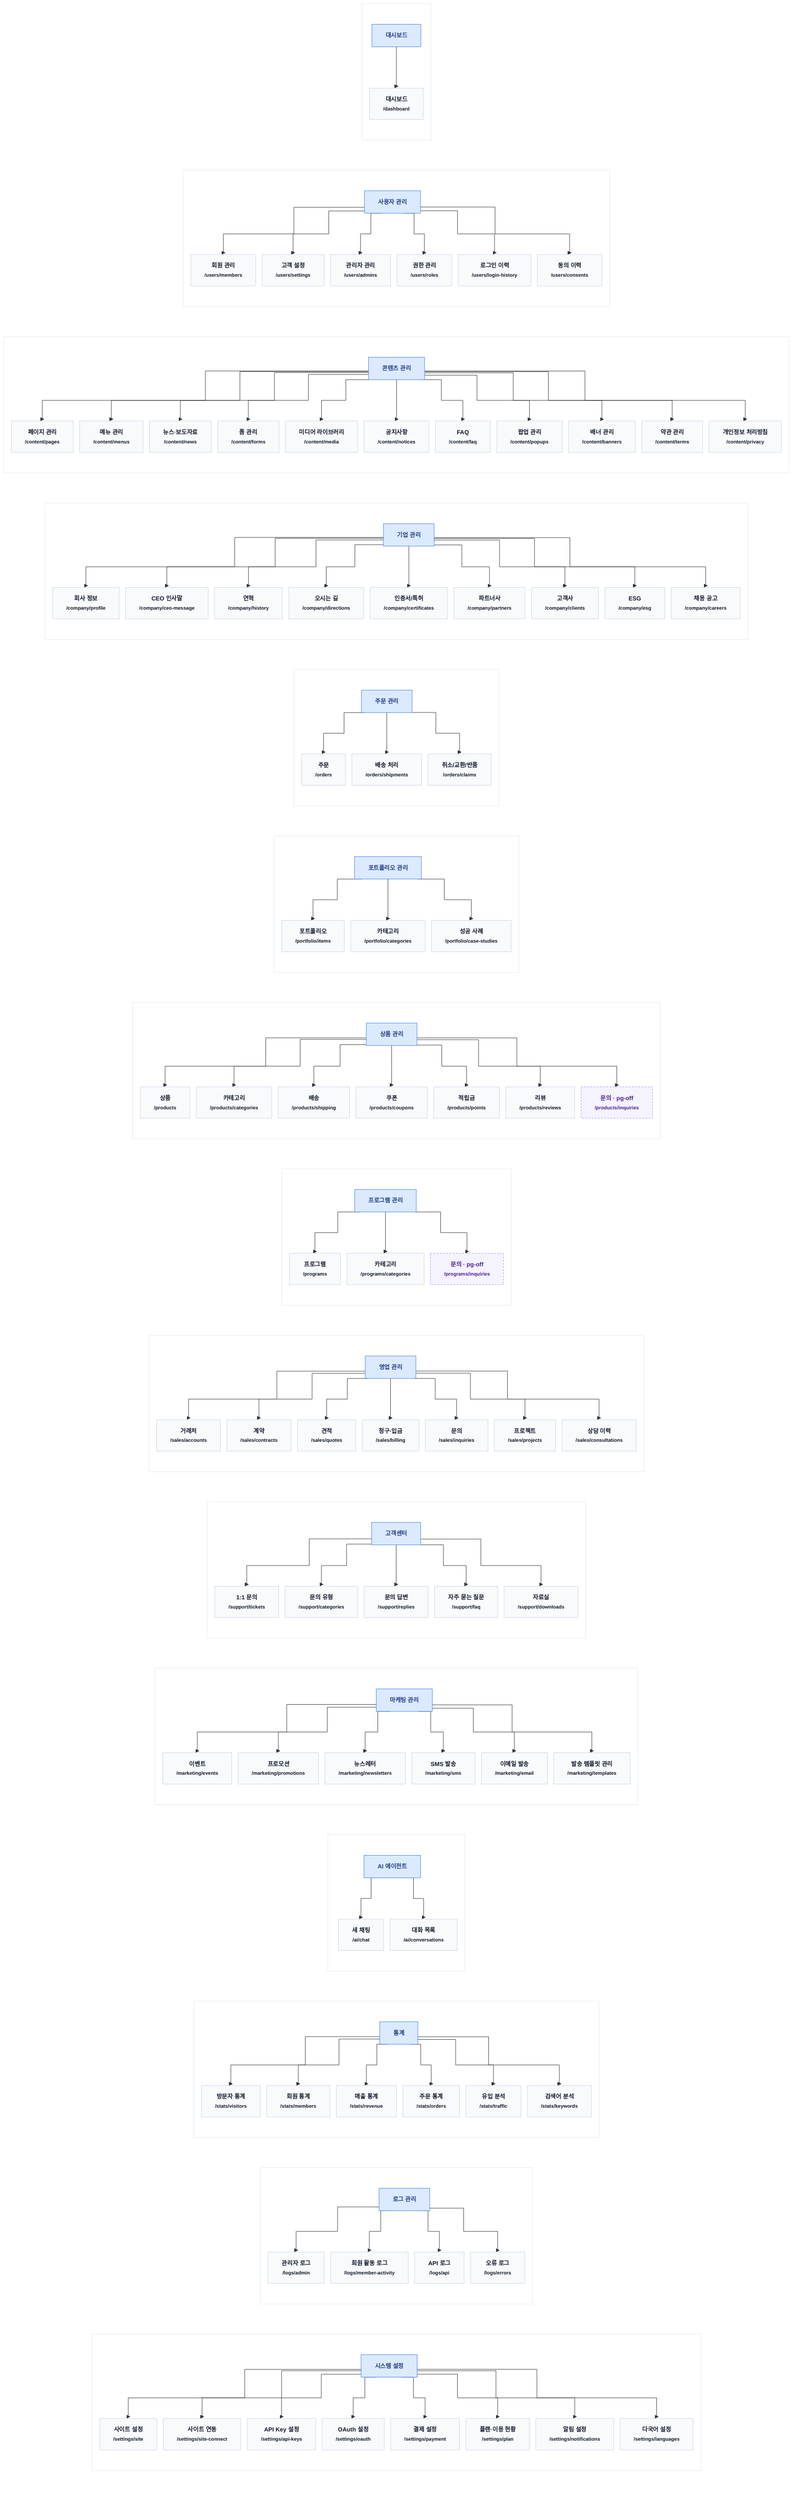
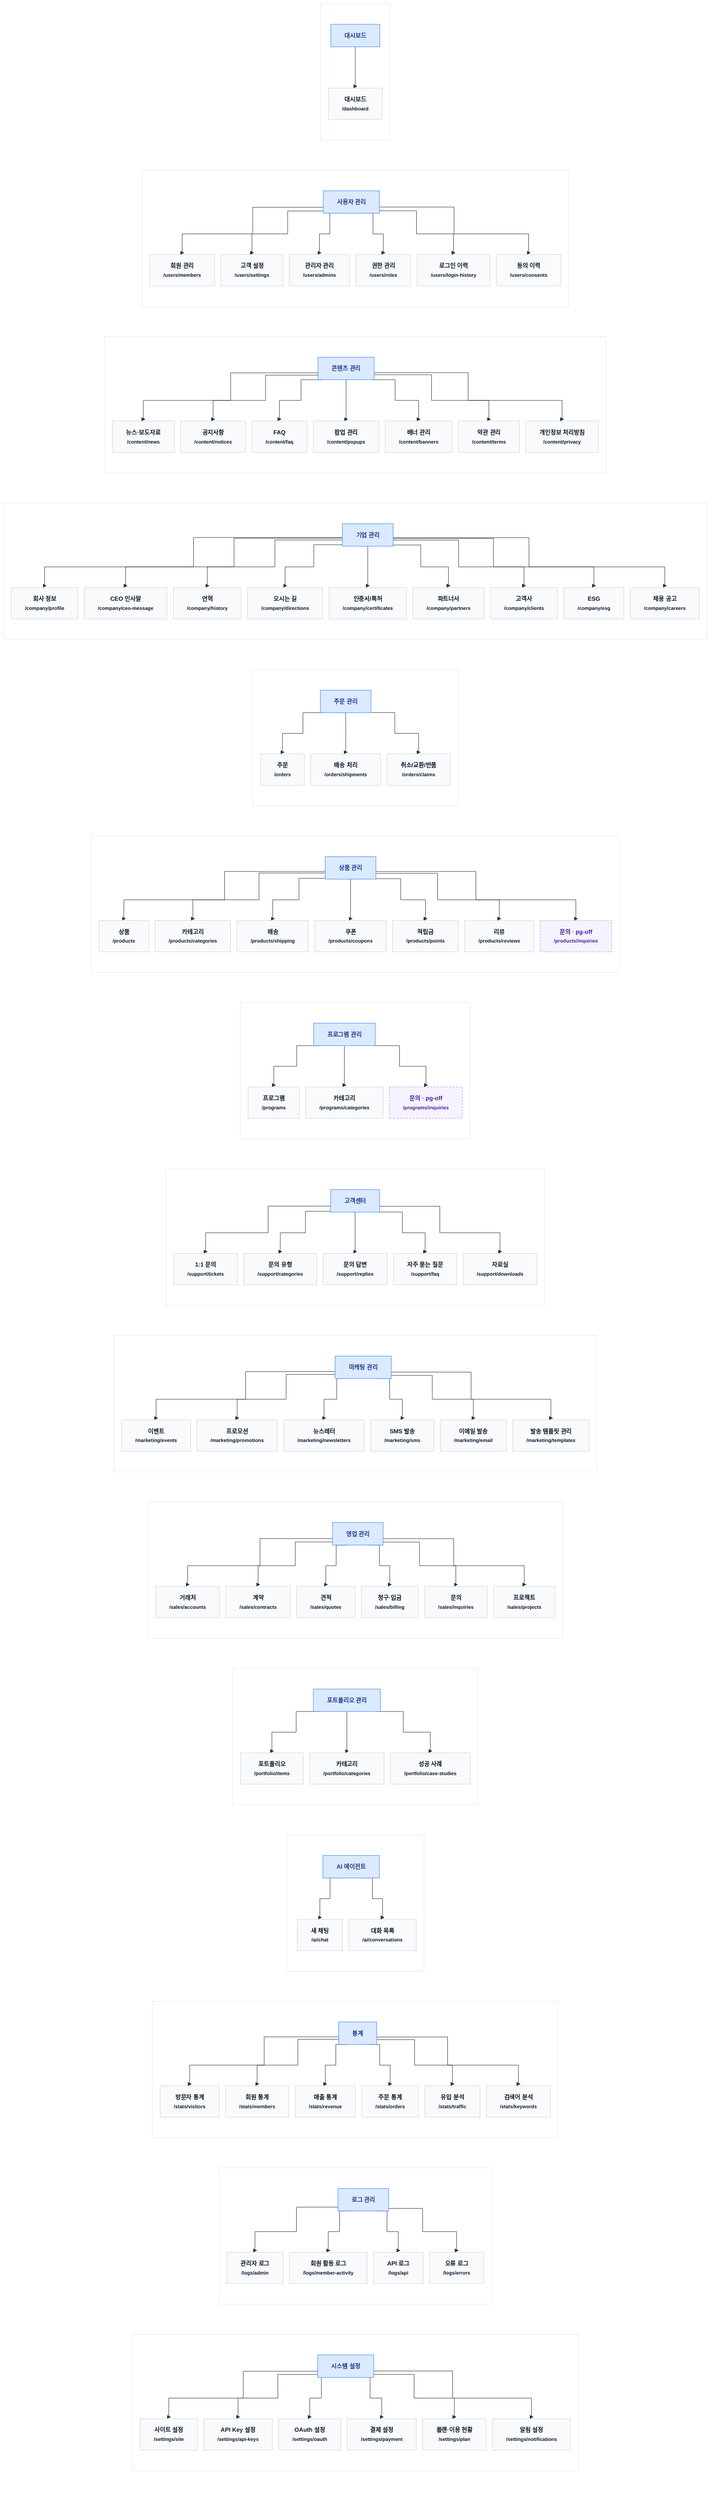
%% IA 트리 · 메뉴별 피라미드 (메뉴 15 × 그 잎들 · 그룹 5 는 09a 가 그린다)
+ %% Gn 은 고정 id 다 — 비즈니스 묶음(G4~G10)은 사용 빈도순으로 재정렬됐고(2026-07-22),
+ %% 세로 순서는 파일 아래 `Gx ~~~ Gy` 사슬이 정한다.
%%{init: {"flowchart": {"curve": "step", "nodeSpacing": 14, "rankSpacing": 66, "wrappingWidth": 150, "htmlLabels": true}, "themeVariables": {"fontSize": "13px"}} }%%
flowchart TD

    subgraph G0[" "]
    direction TB
        S0["<b>대시보드</b>"]
        S0 --> S0_0["대시보드<br/><small>/dashboard</small>"]
    end

    subgraph G1[" "]
    direction TB
        S1["<b>사용자 관리</b>"]
        S1 --> S1_0["회원 관리<br/><small>/users/members</small>"]
        S1 --> S1_1["고객 설정<br/><small>/users/settings</small>"]
        S1 --> S1_2["관리자 관리<br/><small>/users/admins</small>"]
        S1 --> S1_3["권한 관리<br/><small>/users/roles</small>"]
        S1 --> S1_4["로그인 이력<br/><small>/users/login-history</small>"]
        S1 --> S1_5["동의 이력<br/><small>/users/consents</small>"]
    end

    subgraph G2[" "]
    direction TB
        S2["<b>콘텐츠 관리</b>"]
-         S2 --> S2_0["페이지 관리<br/><small>/content/pages</small>"]
-         S2 --> S2_1["메뉴 관리<br/><small>/content/menus</small>"]
-         S2 --> S2_2["뉴스·보도자료<br/><small>/content/news</small>"]
-         S2 --> S2_3["폼 관리<br/><small>/content/forms</small>"]
-         S2 --> S2_4["미디어 라이브러리<br/><small>/content/media</small>"]
-         S2 --> S2_5["공지사항<br/><small>/content/notices</small>"]
-         S2 --> S2_6["FAQ<br/><small>/content/faq</small>"]
-         S2 --> S2_7["팝업 관리<br/><small>/content/popups</small>"]
-         S2 --> S2_8["배너 관리<br/><small>/content/banners</small>"]
-         S2 --> S2_9["약관 관리<br/><small>/content/terms</small>"]
-         S2 --> S2_10["개인정보 처리방침<br/><small>/content/privacy</small>"]
+         S2 --> S2_0["뉴스·보도자료<br/><small>/content/news</small>"]
+         S2 --> S2_1["공지사항<br/><small>/content/notices</small>"]
+         S2 --> S2_2["FAQ<br/><small>/content/faq</small>"]
+         S2 --> S2_3["팝업 관리<br/><small>/content/popups</small>"]
+         S2 --> S2_4["배너 관리<br/><small>/content/banners</small>"]
+         S2 --> S2_5["약관 관리<br/><small>/content/terms</small>"]
+         S2 --> S2_6["개인정보 처리방침<br/><small>/content/privacy</small>"]
    end

    subgraph G3[" "]
    direction TB
        S3["<b>기업 관리</b>"]
        S3 --> S3_0["회사 정보<br/><small>/company/profile</small>"]
        S3 --> S3_1["CEO 인사말<br/><small>/company/ceo-message</small>"]
        S3 --> S3_2["연혁<br/><small>/company/history</small>"]
        S3 --> S3_3["오시는 길<br/><small>/company/directions</small>"]
        S3 --> S3_4["인증서/특허<br/><small>/company/certificates</small>"]
        S3 --> S3_5["파트너사<br/><small>/company/partners</small>"]
        S3 --> S3_6["고객사<br/><small>/company/clients</small>"]
        S3 --> S3_7["ESG<br/><small>/company/esg</small>"]
        S3 --> S3_8["채용 공고<br/><small>/company/careers</small>"]
    end

    subgraph G4[" "]
    direction TB
        S4["<b>주문 관리</b>"]
        S4 --> S4_0["주문<br/><small>/orders</small>"]
        S4 --> S4_1["배송 처리<br/><small>/orders/shipments</small>"]
        S4 --> S4_2["취소/교환/반품<br/><small>/orders/claims</small>"]
    end

-     subgraph G5[" "]
-     direction TB
-         S5["<b>포트폴리오 관리</b>"]
-         S5 --> S5_0["포트폴리오<br/><small>/portfolio/items</small>"]
-         S5 --> S5_1["카테고리<br/><small>/portfolio/categories</small>"]
-         S5 --> S5_2["성공 사례<br/><small>/portfolio/case-studies</small>"]
-     end
- 
    subgraph G6[" "]
    direction TB
        S6["<b>상품 관리</b>"]
        S6 --> S6_0["상품<br/><small>/products</small>"]
        S6 --> S6_1["카테고리<br/><small>/products/categories</small>"]
        S6 --> S6_2["배송<br/><small>/products/shipping</small>"]
        S6 --> S6_3["쿠폰<br/><small>/products/coupons</small>"]
        S6 --> S6_4["적립금<br/><small>/products/points</small>"]
        S6 --> S6_5["리뷰<br/><small>/products/reviews</small>"]
        S6 --> S6_6["문의 · pg-off<br/><small>/products/inquiries</small>"]
    end

    subgraph G7[" "]
    direction TB
        S7["<b>프로그램 관리</b>"]
        S7 --> S7_0["프로그램<br/><small>/programs</small>"]
        S7 --> S7_1["카테고리<br/><small>/programs/categories</small>"]
        S7 --> S7_2["문의 · pg-off<br/><small>/programs/inquiries</small>"]
-     end
- 
-     subgraph G8[" "]
-     direction TB
-         S8["<b>영업 관리</b>"]
-         S8 --> S8_0["거래처<br/><small>/sales/accounts</small>"]
-         S8 --> S8_1["계약<br/><small>/sales/contracts</small>"]
-         S8 --> S8_2["견적<br/><small>/sales/quotes</small>"]
-         S8 --> S8_3["청구·입금<br/><small>/sales/billing</small>"]
-         S8 --> S8_4["문의<br/><small>/sales/inquiries</small>"]
-         S8 --> S8_5["프로젝트<br/><small>/sales/projects</small>"]
-         S8 --> S8_6["상담 이력<br/><small>/sales/consultations</small>"]
    end

    subgraph G9[" "]
    direction TB
        S9["<b>고객센터</b>"]
        S9 --> S9_0["1:1 문의<br/><small>/support/tickets</small>"]
        S9 --> S9_1["문의 유형<br/><small>/support/categories</small>"]
        S9 --> S9_2["문의 답변<br/><small>/support/replies</small>"]
        S9 --> S9_3["자주 묻는 질문<br/><small>/support/faq</small>"]
        S9 --> S9_4["자료실<br/><small>/support/downloads</small>"]
    end

    subgraph G10[" "]
    direction TB
        S10["<b>마케팅 관리</b>"]
        S10 --> S10_0["이벤트<br/><small>/marketing/events</small>"]
        S10 --> S10_1["프로모션<br/><small>/marketing/promotions</small>"]
        S10 --> S10_2["뉴스레터<br/><small>/marketing/newsletters</small>"]
        S10 --> S10_3["SMS 발송<br/><small>/marketing/sms</small>"]
        S10 --> S10_4["이메일 발송<br/><small>/marketing/email</small>"]
        S10 --> S10_5["발송 템플릿 관리<br/><small>/marketing/templates</small>"]
+     end
+ 
+     subgraph G8[" "]
+     direction TB
+         S8["<b>영업 관리</b>"]
+         S8 --> S8_0["거래처<br/><small>/sales/accounts</small>"]
+         S8 --> S8_1["계약<br/><small>/sales/contracts</small>"]
+         S8 --> S8_2["견적<br/><small>/sales/quotes</small>"]
+         S8 --> S8_3["청구·입금<br/><small>/sales/billing</small>"]
+         S8 --> S8_4["문의<br/><small>/sales/inquiries</small>"]
+         S8 --> S8_5["프로젝트<br/><small>/sales/projects</small>"]
+     end
+ 
+     subgraph G5[" "]
+     direction TB
+         S5["<b>포트폴리오 관리</b>"]
+         S5 --> S5_0["포트폴리오<br/><small>/portfolio/items</small>"]
+         S5 --> S5_1["카테고리<br/><small>/portfolio/categories</small>"]
+         S5 --> S5_2["성공 사례<br/><small>/portfolio/case-studies</small>"]
    end

    subgraph G11[" "]
    direction TB
        S11["<b>AI 에이전트</b>"]
        S11 --> S11_0["새 채팅<br/><small>/ai/chat</small>"]
        S11 --> S11_1["대화 목록<br/><small>/ai/conversations</small>"]
    end

    subgraph G12[" "]
    direction TB
        S12["<b>통계</b>"]
        S12 --> S12_0["방문자 통계<br/><small>/stats/visitors</small>"]
        S12 --> S12_1["회원 통계<br/><small>/stats/members</small>"]
        S12 --> S12_2["매출 통계<br/><small>/stats/revenue</small>"]
        S12 --> S12_3["주문 통계<br/><small>/stats/orders</small>"]
        S12 --> S12_4["유입 분석<br/><small>/stats/traffic</small>"]
        S12 --> S12_5["검색어 분석<br/><small>/stats/keywords</small>"]
    end

    subgraph G13[" "]
    direction TB
        S13["<b>로그 관리</b>"]
        S13 --> S13_0["관리자 로그<br/><small>/logs/admin</small>"]
        S13 --> S13_1["회원 활동 로그<br/><small>/logs/member-activity</small>"]
        S13 --> S13_2["API 로그<br/><small>/logs/api</small>"]
        S13 --> S13_3["오류 로그<br/><small>/logs/errors</small>"]
    end

    subgraph G14[" "]
    direction TB
        S14["<b>시스템 설정</b>"]
        S14 --> S14_0["사이트 설정<br/><small>/settings/site</small>"]
-         S14 --> S14_1["사이트 연동<br/><small>/settings/site-connect</small>"]
-         S14 --> S14_2["API Key 설정<br/><small>/settings/api-keys</small>"]
-         S14 --> S14_3["OAuth 설정<br/><small>/settings/oauth</small>"]
-         S14 --> S14_4["결제 설정<br/><small>/settings/payment</small>"]
-         S14 --> S14_5["플랜·이용 현황<br/><small>/settings/plan</small>"]
-         S14 --> S14_6["알림 설정<br/><small>/settings/notifications</small>"]
-         S14 --> S14_7["다국어 설정<br/><small>/settings/languages</small>"]
+         S14 --> S14_1["API Key 설정<br/><small>/settings/api-keys</small>"]
+         S14 --> S14_2["OAuth 설정<br/><small>/settings/oauth</small>"]
+         S14 --> S14_3["결제 설정<br/><small>/settings/payment</small>"]
+         S14 --> S14_4["플랜·이용 현황<br/><small>/settings/plan</small>"]
+         S14 --> S14_5["알림 설정<br/><small>/settings/notifications</small>"]
    end

    %% subgraph 를 세로로 쌓는다 — 없으면 옆으로 늘어서 폭이 9800px 가 된다
    G0 ~~~ G1
    G1 ~~~ G2
    G2 ~~~ G3
    G3 ~~~ G4
-     G4 ~~~ G5
-     G5 ~~~ G6
+     G4 ~~~ G6
    G6 ~~~ G7
-     G7 ~~~ G8
-     G8 ~~~ G9
+     G7 ~~~ G9
    G9 ~~~ G10
-     G10 ~~~ G11
+     G10 ~~~ G8
+     G8 ~~~ G5
+     G5 ~~~ G11
    G11 ~~~ G12
    G12 ~~~ G13
    G13 ~~~ G14

    classDef root fill:#1e293b,stroke:#0f172a,color:#f8fafc,font-weight:bold
    classDef sec fill:#dbeafe,stroke:#3b82f6,color:#1e3a8a,font-weight:bold
    classDef leaf fill:#f8fafc,stroke:#cbd5e1,color:#0f172a
    classDef off fill:#f5f3ff,stroke:#a78bfa,color:#4c1d95,stroke-dasharray:4 3
    classDef grp fill:none,stroke:#e2e8f0,stroke-width:1px
    class S0,S1,S2,S3,S4,S5,S6,S7,S8,S9,S10,S11,S12,S13,S14 sec
-     class S0_0,S1_0,S1_1,S1_2,S1_3,S1_4,S1_5,S2_0,S2_1,S2_2,S2_3,S2_4,S2_5,S2_6,S2_7,S2_8,S2_9,S2_10,S3_0,S3_1,S3_2,S3_3,S3_4,S3_5,S3_6,S3_7,S3_8,S4_0,S4_1,S4_2,S5_0,S5_1,S5_2,S6_0,S6_1,S6_2,S6_3,S6_4,S6_5,S7_0,S7_1,S8_0,S8_1,S8_2,S8_3,S8_4,S8_5,S8_6,S9_0,S9_1,S9_2,S9_3,S9_4,S10_0,S10_1,S10_2,S10_3,S10_4,S10_5,S11_0,S11_1,S12_0,S12_1,S12_2,S12_3,S12_4,S12_5,S13_0,S13_1,S13_2,S13_3,S14_0,S14_1,S14_2,S14_3,S14_4,S14_5,S14_6,S14_7 leaf
+     class S0_0,S1_0,S1_1,S1_2,S1_3,S1_4,S1_5,S2_0,S2_1,S2_2,S2_3,S2_4,S2_5,S2_6,S3_0,S3_1,S3_2,S3_3,S3_4,S3_5,S3_6,S3_7,S3_8,S4_0,S4_1,S4_2,S5_0,S5_1,S5_2,S6_0,S6_1,S6_2,S6_3,S6_4,S6_5,S7_0,S7_1,S8_0,S8_1,S8_2,S8_3,S8_4,S8_5,S9_0,S9_1,S9_2,S9_3,S9_4,S10_0,S10_1,S10_2,S10_3,S10_4,S10_5,S11_0,S11_1,S12_0,S12_1,S12_2,S12_3,S12_4,S12_5,S13_0,S13_1,S13_2,S13_3,S14_0,S14_1,S14_2,S14_3,S14_4,S14_5 leaf
    %% 조건부 잎 — visibleWhen: 'pg-off' (결제를 켜면 사라지거나 '문의 · 읽기 전용' 으로 남는다)
    class S6_6,S7_2 off
    class G0,G1,G2,G3,G4,G5,G6,G7,G8,G9,G10,G11,G12,G13,G14 grp
